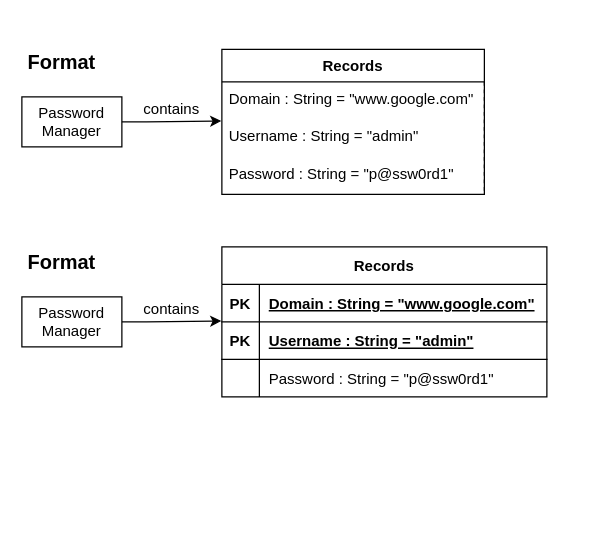
Before: page "Vault Format" (4 of 4) of docs/Password Manager.drawio in psmietanaa/HawkPass, a draw.io diagram. Source tidied: cells renumbered, new cells numbered last; positions are measured from the earlier drawing's top-left corner, leaving out a move shared by most shapes. Both pictures are drawn from the tidied source at 125%, with x=0, y=0 at pixel (21, 34).
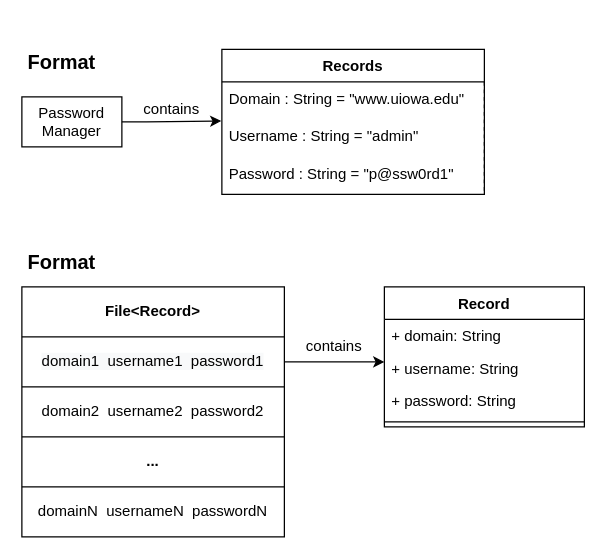
After the change.

The change refers to these unchanged cells:
```xml
<mxCell id="20" value="Records" style="swimlane;fontStyle=1;horizontal=1;startSize=26;align=center;fontSize=12;shadow=0;glass=0;swimlaneFillColor=#ffffff;separatorColor=#000000;fixDash=0;" parent="17" vertex="1">
  <mxGeometry x="160" y="12" width="210" height="116" as="geometry" />
</mxCell>
```

Diff of the diagram source:
```diff
@@
-    <mxCell id="2" style="group;" parent="1" vertex="1">
-      <mxGeometry y="160" width="420" height="130" as="geometry" />
-    </mxCell>
-    <mxCell id="3" value="Records" style="shape=table;startSize=30;childLayout=tableLayout;rowLines=0;fontStyle=1;align=center;" parent="2" vertex="1">
-      <mxGeometry x="160" y="10" width="260" height="120" as="geometry" />
-    </mxCell>
-    <mxCell id="4" style="shape=partialRectangle;fillColor=none;top=0;left=0;bottom=1;right=0;" parent="3" vertex="1">
-      <mxGeometry y="30" width="260" height="30" as="geometry" />
-    </mxCell>
-    <mxCell id="5" value="PK" style="shape=partialRectangle;fillColor=none;top=0;left=0;bottom=0;right=0;fontStyle=1;overflow=hidden;" parent="4" vertex="1">
-      <mxGeometry width="30" height="30" as="geometry" />
-    </mxCell>
-    <mxCell id="6" value="Domain : String = &quot;www.google.com&quot;" style="shape=partialRectangle;fillColor=none;top=0;left=0;bottom=0;right=0;align=left;spacingLeft=6;fontStyle=5;overflow=hidden;" parent="4" vertex="1">
-      <mxGeometry x="30" width="230" height="30" as="geometry" />
-    </mxCell>
-    <mxCell id="7" style="shape=partialRectangle;fillColor=none;top=0;left=0;bottom=1;right=0;" parent="3" vertex="1">
-      <mxGeometry y="60" width="260" height="30" as="geometry" />
-    </mxCell>
-    <mxCell id="8" value="PK" style="shape=partialRectangle;fillColor=none;top=0;left=0;bottom=0;right=0;fontStyle=1;overflow=hidden;" parent="7" vertex="1">
-      <mxGeometry width="30" height="30" as="geometry" />
-    </mxCell>
-    <mxCell id="9" value="Username : String = &quot;admin&quot;" style="shape=partialRectangle;fillColor=none;top=0;left=0;bottom=0;right=0;align=left;spacingLeft=6;fontStyle=5;overflow=hidden;" parent="7" vertex="1">
-      <mxGeometry x="30" width="230" height="30" as="geometry" />
-    </mxCell>
-    <mxCell id="10" style="shape=partialRectangle;fillColor=none;top=0;left=0;bottom=0;right=0;" parent="3" vertex="1">
-      <mxGeometry y="90" width="260" height="30" as="geometry" />
-    </mxCell>
-    <mxCell id="11" style="shape=partialRectangle;fillColor=none;top=0;left=0;bottom=0;right=0;overflow=hidden;" parent="10" vertex="1">
-      <mxGeometry width="30" height="30" as="geometry" />
-    </mxCell>
-    <mxCell id="12" value="Password : String = &quot;p@ssw0rd1&quot;" style="shape=partialRectangle;fillColor=none;top=0;left=0;bottom=0;right=0;align=left;spacingLeft=6;overflow=hidden;" parent="10" vertex="1">
-      <mxGeometry x="30" width="230" height="30" as="geometry" />
-    </mxCell>
-    <mxCell id="13" value="&lt;h1&gt;&lt;font style=&quot;font-size: 16px&quot;&gt;Format&lt;/font&gt;&lt;/h1&gt;" style="text;html=1;strokeColor=none;fillColor=none;spacing=5;spacingTop=-20;whiteSpace=wrap;overflow=hidden;" parent="2" vertex="1">
-      <mxGeometry width="120" height="40" as="geometry" />
-    </mxCell>
-    <mxCell id="14" style="edgeStyle=orthogonalEdgeStyle;jettySize=auto;html=1;entryX=-0.002;entryY=0.043;entryDx=0;entryDy=0;entryPerimeter=0;fontFamily=Courier New;curved=1;" parent="2" edge="1" source="15">
-      <mxGeometry relative="1" as="geometry">
-        <mxPoint x="159.6" y="69.3" as="targetPoint" />
-      </mxGeometry>
-    </mxCell>
-    <mxCell id="15" value="Password Manager" style="whiteSpace=wrap;html=1;" parent="2" vertex="1">
-      <mxGeometry y="50" width="80" height="40" as="geometry" />
-    </mxCell>
-    <mxCell id="16" value="contains" style="text;html=1;strokeColor=none;fillColor=none;align=center;verticalAlign=middle;whiteSpace=wrap;shadow=0;glass=0;fontFamily=Helvetica;" parent="2" vertex="1">
-      <mxGeometry x="100" y="50" width="40" height="20" as="geometry" />
-    </mxCell>
@@
-    <mxCell id="21" value="Domain : String = &quot;www.google.com&quot;" style="text;strokeColor=none;fillColor=none;spacingLeft=4;spacingRight=4;overflow=hidden;fontSize=12;" parent="20" vertex="1">
+    <mxCell id="21" value="Domain : String = &quot;www.uiowa.edu&quot;" style="text;strokeColor=none;fillColor=none;spacingLeft=4;spacingRight=4;overflow=hidden;fontSize=12;" parent="20" vertex="1">
       <mxGeometry y="26" width="210" height="30" as="geometry" />
     </mxCell>
@@
+    <mxCell id="26" style="group;" parent="1" vertex="1">
+      <mxGeometry y="160" width="450" height="242" as="geometry" />
+    </mxCell>
+    <mxCell id="27" style="shape=table;html=1;whiteSpace=wrap;startSize=0;childLayout=tableLayout;" parent="26" vertex="1">
+      <mxGeometry y="42" width="210" height="200" as="geometry" />
+    </mxCell>
+    <mxCell id="28" style="shape=partialRectangle;html=1;whiteSpace=wrap;fillColor=none;top=0;left=0;bottom=0;right=0;" parent="27" vertex="1">
+      <mxGeometry width="210" height="40" as="geometry" />
+    </mxCell>
+    <mxCell id="29" value="File&amp;lt;Record&amp;gt;" style="shape=partialRectangle;html=1;whiteSpace=wrap;fillColor=none;top=0;left=0;bottom=0;right=0;overflow=hidden;fontStyle=1;" parent="28" vertex="1">
+      <mxGeometry width="210" height="40" as="geometry" />
+    </mxCell>
+    <mxCell id="30" style="shape=partialRectangle;html=1;whiteSpace=wrap;fillColor=none;top=0;left=0;bottom=0;right=0;points=[[0,0.5],[1,0.5]];portConstraint=eastwest;" parent="27" vertex="1">
+      <mxGeometry y="40" width="210" height="40" as="geometry" />
+    </mxCell>
+    <mxCell id="31" value="&lt;span style=&quot;color: rgb(0 , 0 , 0) ; font-family: &amp;#34;helvetica&amp;#34; ; font-size: 12px ; font-style: normal ; font-weight: 400 ; letter-spacing: normal ; text-align: center ; text-indent: 0px ; text-transform: none ; word-spacing: 0px ; background-color: rgb(248 , 249 , 250) ; display: inline ; float: none&quot;&gt;domain1&amp;nbsp; username1&amp;nbsp; password1&lt;/span&gt;" style="shape=partialRectangle;html=1;whiteSpace=wrap;fillColor=none;top=0;left=0;bottom=0;right=0;overflow=hidden;" parent="30" vertex="1">
+      <mxGeometry width="210" height="40" as="geometry" />
+    </mxCell>
+    <mxCell id="32" style="shape=partialRectangle;html=1;whiteSpace=wrap;fillColor=none;top=0;left=0;bottom=0;right=0;" parent="27" vertex="1">
+      <mxGeometry y="80" width="210" height="40" as="geometry" />
+    </mxCell>
+    <mxCell id="33" value="&lt;span style=&quot;font-family: &amp;#34;helvetica&amp;#34;&quot;&gt;domain2&amp;nbsp; username2&amp;nbsp; password2&lt;/span&gt;" style="shape=partialRectangle;html=1;whiteSpace=wrap;fillColor=none;top=0;left=0;bottom=0;right=0;overflow=hidden;" parent="32" vertex="1">
+      <mxGeometry width="210" height="40" as="geometry" />
+    </mxCell>
+    <mxCell id="34" style="shape=partialRectangle;html=1;whiteSpace=wrap;fillColor=none;top=0;left=0;bottom=0;right=0;" parent="27" vertex="1">
+      <mxGeometry y="120" width="210" height="40" as="geometry" />
+    </mxCell>
+    <mxCell id="35" value="&lt;b&gt;...&lt;/b&gt;" style="shape=partialRectangle;html=1;whiteSpace=wrap;fillColor=none;top=0;left=0;bottom=0;right=0;overflow=hidden;" parent="34" vertex="1">
+      <mxGeometry width="210" height="40" as="geometry" />
+    </mxCell>
+    <mxCell id="36" style="shape=partialRectangle;html=1;whiteSpace=wrap;fillColor=none;top=0;left=0;bottom=0;right=0;" parent="27" vertex="1">
+      <mxGeometry y="160" width="210" height="40" as="geometry" />
+    </mxCell>
+    <mxCell id="37" value="&lt;span style=&quot;font-family: &amp;#34;helvetica&amp;#34;&quot;&gt;domainN&amp;nbsp; usernameN&amp;nbsp; passwordN&lt;/span&gt;" style="shape=partialRectangle;html=1;whiteSpace=wrap;fillColor=none;top=0;left=0;bottom=0;right=0;overflow=hidden;" parent="36" vertex="1">
+      <mxGeometry width="210" height="40" as="geometry" />
+    </mxCell>
+    <mxCell id="13" value="&lt;h1&gt;&lt;font style=&quot;font-size: 16px&quot;&gt;Format&lt;/font&gt;&lt;/h1&gt;" style="text;html=1;strokeColor=none;fillColor=none;spacing=5;spacingTop=-20;whiteSpace=wrap;overflow=hidden;" parent="26" vertex="1">
+      <mxGeometry width="120" height="40" as="geometry" />
+    </mxCell>
+    <mxCell id="16" value="contains" style="text;html=1;strokeColor=none;fillColor=none;align=center;verticalAlign=middle;whiteSpace=wrap;shadow=0;glass=0;fontFamily=Helvetica;" parent="26" vertex="1">
+      <mxGeometry x="230" y="80" width="40" height="20" as="geometry" />
+    </mxCell>
+    <mxCell id="38" style="edgeStyle=orthogonalEdgeStyle;rounded=0;jettySize=auto;html=1;entryX=0;entryY=0.133;entryDx=0;entryDy=0;entryPerimeter=0;" parent="26" edge="1" source="30">
+      <mxGeometry relative="1" as="geometry">
+        <mxPoint x="290" y="102" as="targetPoint" />
+      </mxGeometry>
+    </mxCell>
+    <mxCell id="39" value="Record" style="swimlane;fontStyle=1;align=center;verticalAlign=top;horizontal=1;startSize=26;" parent="26" vertex="1">
+      <mxGeometry x="290" y="42" width="160" height="112" as="geometry" />
+    </mxCell>
+    <mxCell id="40" value="+ domain: String&#10;&#10;" style="text;strokeColor=none;fillColor=none;align=left;verticalAlign=top;spacingLeft=4;spacingRight=4;overflow=hidden;" parent="39" vertex="1">
+      <mxGeometry y="26" width="160" height="26" as="geometry" />
+    </mxCell>
+    <mxCell id="41" value="+ username: String&#10;&#10;" style="text;strokeColor=none;fillColor=none;align=left;verticalAlign=top;spacingLeft=4;spacingRight=4;overflow=hidden;" parent="39" vertex="1">
+      <mxGeometry y="52" width="160" height="26" as="geometry" />
+    </mxCell>
+    <mxCell id="42" value="+ password: String&#10;&#10;" style="text;strokeColor=none;fillColor=none;align=left;verticalAlign=top;spacingLeft=4;spacingRight=4;overflow=hidden;" parent="39" vertex="1">
+      <mxGeometry y="78" width="160" height="26" as="geometry" />
+    </mxCell>
+    <mxCell id="43" style="line;strokeWidth=1;fillColor=none;align=left;verticalAlign=middle;spacingTop=-1;spacingLeft=3;spacingRight=3;labelPosition=right;" parent="39" vertex="1">
+      <mxGeometry y="104" width="160" height="8" as="geometry" />
+    </mxCell>
```
